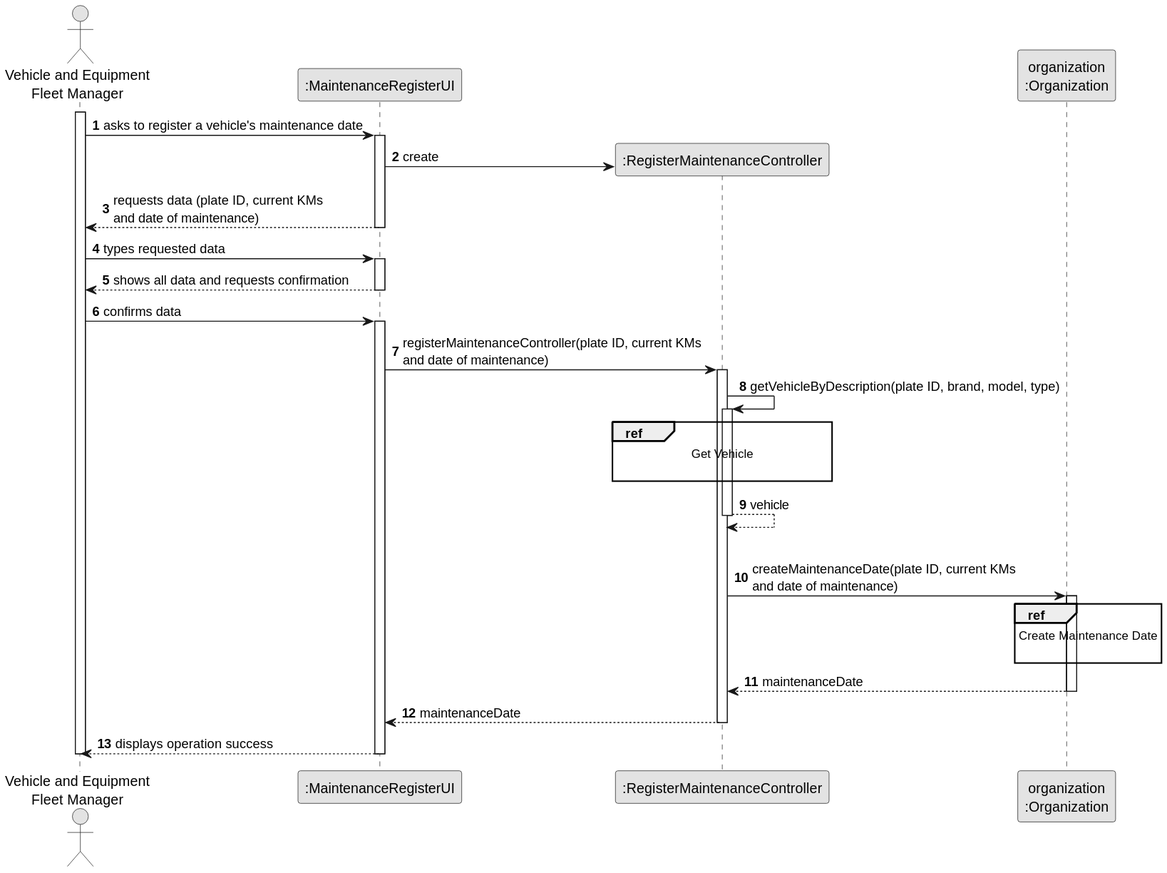
Earlier version of the PlantUML export docs/sprint2/us007/03.design/svg/us007-sequence-diagram-split.svg (tiagosoa/lei-24-s2-1dgh-g073).
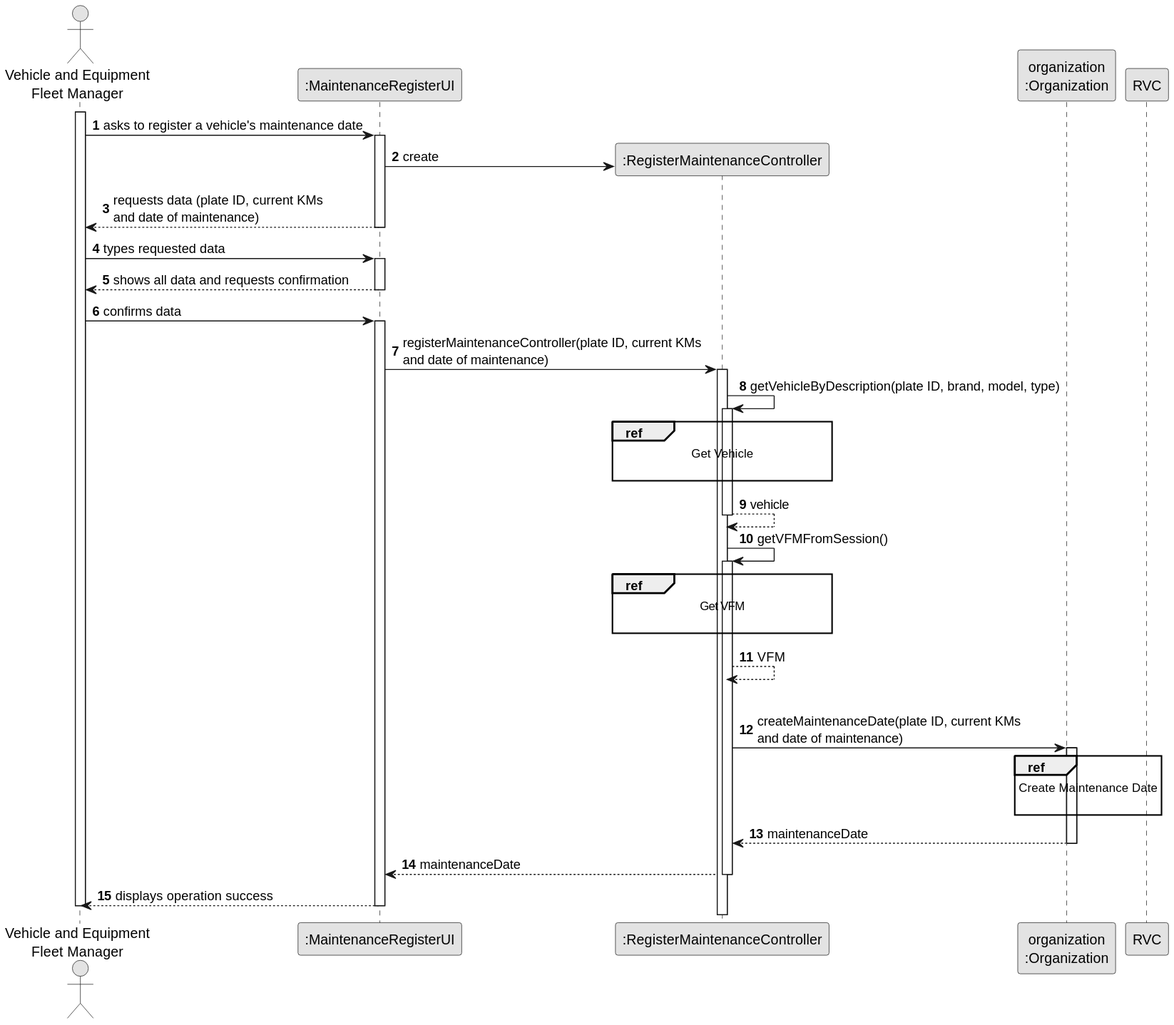
The same diagram one commit later.

Commit message:
us007 svg and diagram actualized

What changed in the source:
```diff
@@ -45,6 +45,17 @@
                RMC-->RMC : vehicle
             deactivate RMC
 
+
+             RMC -> RMC : getVFMFromSession()
+                        activate RMC
+
+                            ref over RMC
+                              Get VFM
+
+                            end ref
+
+                            RMC --> RMC : VFM
+                        deactivate RVC
             |||
             RMC -> ORG: createMaintenanceDate(plate ID, current KMs \nand date of maintenance)
             activate ORG
```
